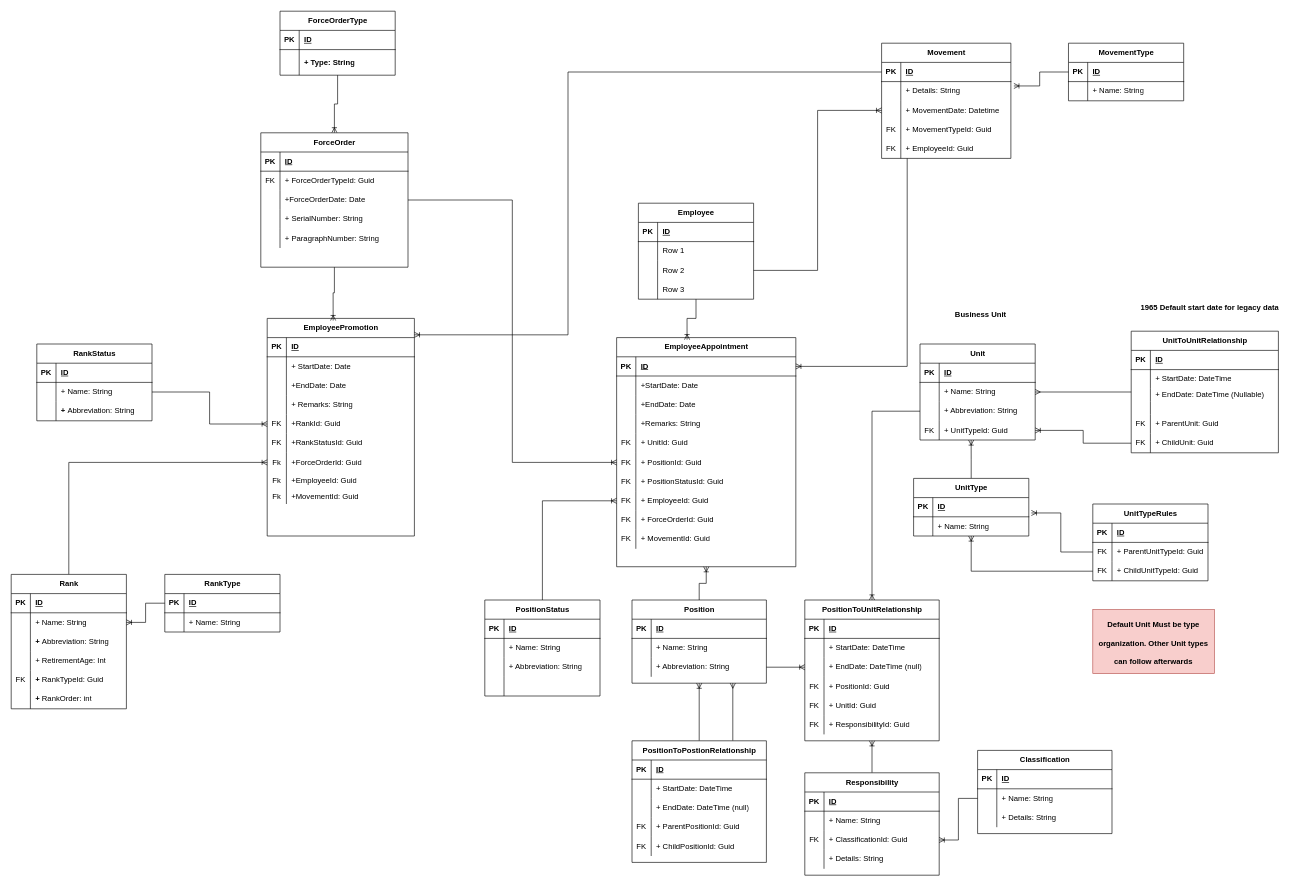
Above: page "Employment Structure" (3 of 3) of GDFHrmsDesignDocs.drawio in ResearchAndDevelopmentSignal/GDFHRMSDesignDocs (draw.io), before the change. Source tidied: cells renumbered, new cells numbered last; positions are measured from the earlier drawing's top-left corner, leaving out a move shared by most shapes. Both pictures are drawn from the tidied source at 64%, with x=0, y=0 at pixel (11, 11).
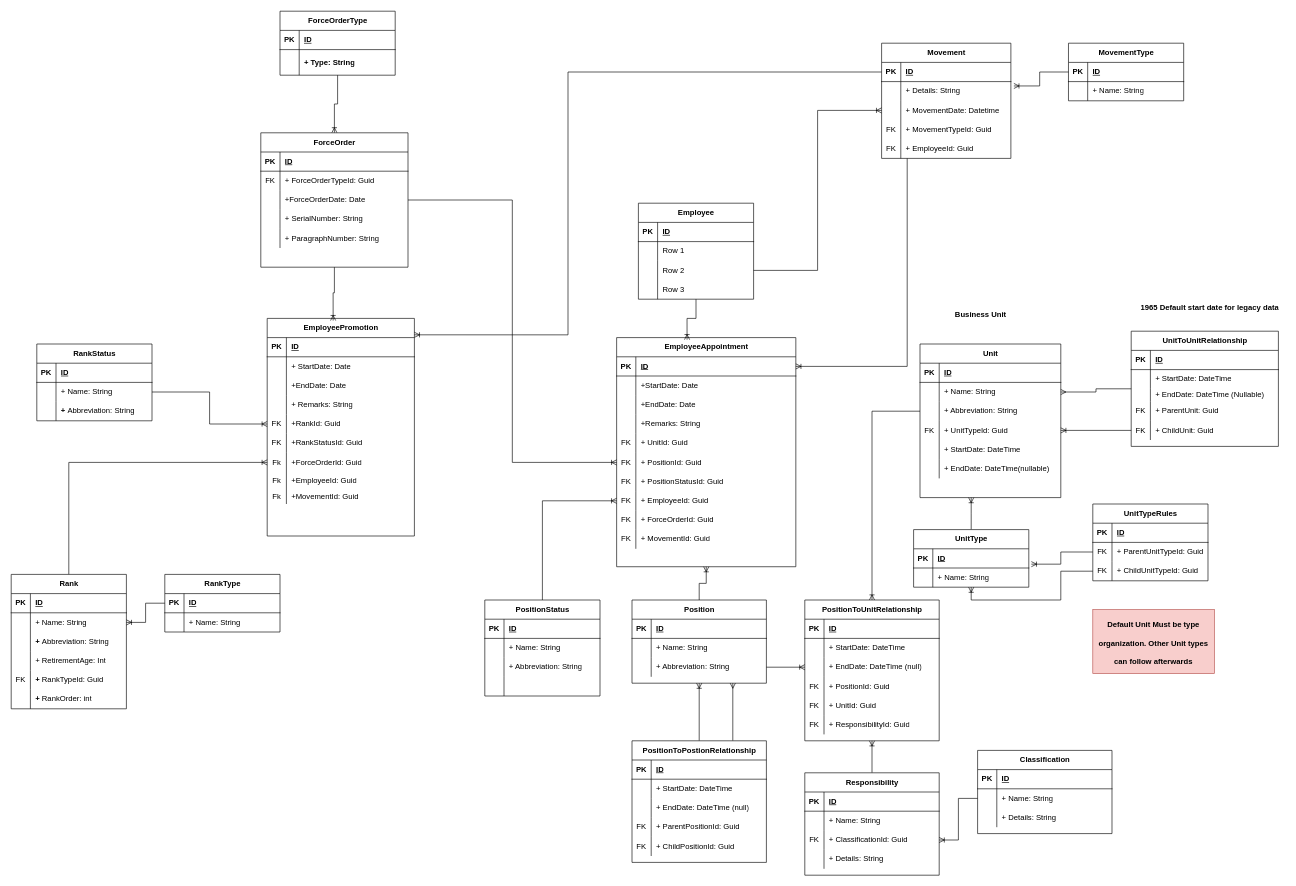
Above is the later version.

Diff of the diagram source:
```diff
@@
     <mxCell id="2" value="Unit" style="shape=table;startSize=30;childLayout=tableLayout;rowLines=0;fontStyle=1;align=center;html=1;" parent="1" vertex="1">
-      <mxGeometry x="1420" y="520" width="180" height="150" as="geometry" />
+      <mxGeometry x="1420" y="520" width="220" height="240" as="geometry" />
     </mxCell>
     <mxCell id="3" style="shape=tableRow;horizontal=0;startSize=0;swimlaneHead=0;swimlaneBody=0;fillColor=none;top=0;left=0;right=0;bottom=1;" parent="2" vertex="1">
-      <mxGeometry y="30" width="180" height="30" as="geometry" />
+      <mxGeometry y="30" width="220" height="30" as="geometry" />
     </mxCell>
@@
     <mxCell id="5" value="ID" style="shape=partialRectangle;fillColor=none;top=0;left=0;bottom=0;right=0;align=left;spacingLeft=6;fontStyle=5;overflow=hidden;whiteSpace=wrap;html=1;" parent="3" vertex="1">
-      <mxGeometry x="30" width="150" height="30" as="geometry" />
+      <mxGeometry x="30" width="190" height="30" as="geometry" />
     </mxCell>
     <mxCell id="6" style="shape=tableRow;horizontal=0;startSize=0;swimlaneHead=0;swimlaneBody=0;fillColor=none;points=[[0,0.5],[1,0.5]];portConstraint=eastwest;top=0;left=0;right=0;bottom=0;" parent="2" vertex="1">
-      <mxGeometry y="60" width="180" height="30" as="geometry" />
+      <mxGeometry y="60" width="220" height="30" as="geometry" />
     </mxCell>
@@
     <mxCell id="8" value="+ Name: String" style="shape=partialRectangle;fillColor=none;top=0;left=0;bottom=0;right=0;align=left;spacingLeft=6;overflow=hidden;whiteSpace=wrap;html=1;" parent="6" vertex="1">
-      <mxGeometry x="30" width="150" height="30" as="geometry" />
+      <mxGeometry x="30" width="190" height="30" as="geometry" />
     </mxCell>
     <mxCell id="9" style="shape=tableRow;horizontal=0;startSize=0;swimlaneHead=0;swimlaneBody=0;fillColor=none;points=[[0,0.5],[1,0.5]];portConstraint=eastwest;top=0;left=0;right=0;bottom=0;" parent="2" vertex="1">
-      <mxGeometry y="90" width="180" height="30" as="geometry" />
+      <mxGeometry y="90" width="220" height="30" as="geometry" />
     </mxCell>
@@
     <mxCell id="11" value="+ Abbreviation: String" style="shape=partialRectangle;fillColor=none;top=0;left=0;bottom=0;right=0;align=left;spacingLeft=6;overflow=hidden;whiteSpace=wrap;html=1;" parent="9" vertex="1">
-      <mxGeometry x="30" width="150" height="30" as="geometry" />
+      <mxGeometry x="30" width="190" height="30" as="geometry" />
     </mxCell>
     <mxCell id="12" style="shape=tableRow;horizontal=0;startSize=0;swimlaneHead=0;swimlaneBody=0;fillColor=none;points=[[0,0.5],[1,0.5]];portConstraint=eastwest;top=0;left=0;right=0;bottom=0;" parent="2" vertex="1">
-      <mxGeometry y="120" width="180" height="30" as="geometry" />
+      <mxGeometry y="120" width="220" height="30" as="geometry" />
     </mxCell>
@@
     <mxCell id="14" value="+ UnitTypeId: Guid" style="shape=partialRectangle;fillColor=none;top=0;left=0;bottom=0;right=0;align=left;spacingLeft=6;overflow=hidden;whiteSpace=wrap;html=1;" parent="12" vertex="1">
-      <mxGeometry x="30" width="150" height="30" as="geometry" />
+      <mxGeometry x="30" width="190" height="30" as="geometry" />
     </mxCell>
+    <mxCell id="314" style="shape=tableRow;horizontal=0;startSize=0;swimlaneHead=0;swimlaneBody=0;fillColor=none;top=0;left=0;right=0;bottom=0;" parent="2" vertex="1">
+      <mxGeometry y="150" width="220" height="30" as="geometry" />
+    </mxCell>
+    <mxCell id="315" style="shape=partialRectangle;fillColor=none;top=0;left=0;bottom=0;right=0;overflow=hidden;whiteSpace=wrap;html=1;" parent="314" vertex="1">
+      <mxGeometry width="30" height="30" as="geometry" />
+    </mxCell>
+    <mxCell id="316" value="+ StartDate: DateTime" style="shape=partialRectangle;fillColor=none;top=0;left=0;bottom=0;right=0;align=left;spacingLeft=6;overflow=hidden;whiteSpace=wrap;html=1;" parent="314" vertex="1">
+      <mxGeometry x="30" width="190" height="30" as="geometry" />
+    </mxCell>
+    <mxCell id="317" style="shape=tableRow;horizontal=0;startSize=0;swimlaneHead=0;swimlaneBody=0;fillColor=none;top=0;left=0;right=0;bottom=0;" parent="2" vertex="1">
+      <mxGeometry y="180" width="220" height="30" as="geometry" />
+    </mxCell>
+    <mxCell id="318" style="shape=partialRectangle;fillColor=none;top=0;left=0;bottom=0;right=0;overflow=hidden;whiteSpace=wrap;html=1;" parent="317" vertex="1">
+      <mxGeometry width="30" height="30" as="geometry" />
+    </mxCell>
+    <mxCell id="319" value="+ EndDate: DateTime(nullable)" style="shape=partialRectangle;fillColor=none;top=0;left=0;bottom=0;right=0;align=left;spacingLeft=6;overflow=hidden;whiteSpace=wrap;html=1;" parent="317" vertex="1">
+      <mxGeometry x="30" width="190" height="30" as="geometry" />
+    </mxCell>
@@
     <mxCell id="17" value="UnitToUnitRelationship" style="shape=table;startSize=30;childLayout=tableLayout;rowLines=0;fontStyle=1;align=center;html=1;" parent="1" vertex="1">
-      <mxGeometry x="1750" y="500" width="230" height="190" as="geometry" />
+      <mxGeometry x="1750" y="500" width="230" height="180" as="geometry" />
     </mxCell>
@@
-    <mxCell id="27" style="shape=tableRow;horizontal=0;startSize=0;swimlaneHead=0;swimlaneBody=0;fillColor=none;top=0;left=0;right=0;bottom=0;" parent="17" vertex="1">
-      <mxGeometry y="110" width="230" height="20" as="geometry" />
-    </mxCell>
-    <mxCell id="28" style="shape=partialRectangle;fillColor=none;top=0;left=0;bottom=0;right=0;overflow=hidden;whiteSpace=wrap;html=1;" parent="27" vertex="1">
-      <mxGeometry width="30" height="20" as="geometry" />
-    </mxCell>
-    <mxCell id="29" style="shape=partialRectangle;fillColor=none;top=0;left=0;bottom=0;right=0;align=left;spacingLeft=6;overflow=hidden;whiteSpace=wrap;html=1;" parent="27" vertex="1">
-      <mxGeometry x="30" width="200" height="20" as="geometry" />
-    </mxCell>
     <mxCell id="30" style="shape=tableRow;horizontal=0;startSize=0;swimlaneHead=0;swimlaneBody=0;fillColor=none;top=0;left=0;right=0;bottom=0;" parent="17" vertex="1">
-      <mxGeometry y="130" width="230" height="30" as="geometry" />
+      <mxGeometry y="110" width="230" height="30" as="geometry" />
     </mxCell>
@@
     <mxCell id="33" style="shape=tableRow;horizontal=0;startSize=0;swimlaneHead=0;swimlaneBody=0;fillColor=none;points=[[0,0.5],[1,0.5]];portConstraint=eastwest;top=0;left=0;right=0;bottom=0;" parent="17" vertex="1">
-      <mxGeometry y="160" width="230" height="30" as="geometry" />
+      <mxGeometry y="140" width="230" height="30" as="geometry" />
     </mxCell>
@@
     <mxCell id="36" value="FK" style="shape=partialRectangle;fillColor=none;top=0;left=0;bottom=0;right=0;overflow=hidden;whiteSpace=wrap;html=1;" parent="1" vertex="1">
-      <mxGeometry x="1750" y="630" width="30" height="30" as="geometry" />
+      <mxGeometry x="1750" y="610" width="30" height="30" as="geometry" />
     </mxCell>
-    <mxCell id="37" style="edgeStyle=orthogonalEdgeStyle;rounded=0;jettySize=auto;html=1;exitX=0.5;exitY=0;exitDx=0;exitDy=0;entryX=0.444;entryY=1;entryDx=0;entryDy=0;entryPerimeter=0;endArrow=ERoneToMany;endFill=0;" parent="1" edge="1" source="38" target="12">
-      <mxGeometry relative="1" as="geometry" />
+    <mxCell id="37" style="edgeStyle=orthogonalEdgeStyle;rounded=0;jettySize=auto;html=1;exitX=0.5;exitY=0;exitDx=0;exitDy=0;endArrow=ERoneToMany;endFill=0;" parent="1" edge="1" source="38">
+      <mxGeometry relative="1" as="geometry">
+        <mxPoint x="1500" y="760" as="targetPoint" />
+      </mxGeometry>
     </mxCell>
     <mxCell id="38" value="UnitType" style="shape=table;startSize=30;childLayout=tableLayout;rowLines=0;fontStyle=1;align=center;html=1;" parent="1" vertex="1">
-      <mxGeometry x="1410" y="730" width="180" height="90" as="geometry" />
+      <mxGeometry x="1410" y="810" width="180" height="90" as="geometry" />
     </mxCell>
```
